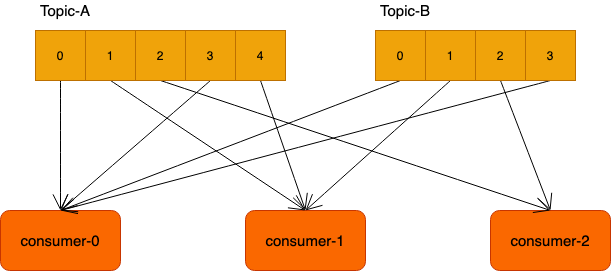
This is com.guann1n9.diagrams/kakfa/RangeAssignor.png from GuanN1ng/diagrams, a draw.io export, as it was before one commit. Source tidied: cells renumbered, new cells last; positions are measured from the earlier drawing's top-left corner, leaving out a move shared by most shapes. The source it was exported from:
```xml
<mxGraphModel>
  <root>
    <mxCell id="0" />
    <mxCell id="1" parent="0" />
    <mxCell id="2" value="&lt;font style=&quot;font-size: 15px&quot;&gt;consumer-0&lt;/font&gt;" style="rounded=1;whiteSpace=wrap;html=1;hachureGap=4;fillColor=#fa6800;strokeColor=#C73500;fontColor=#000000;" parent="1" vertex="1">
      <mxGeometry y="210" width="120" height="60" as="geometry" />
    </mxCell>
    <mxCell id="3" value="&lt;font style=&quot;font-size: 15px&quot;&gt;consumer-1&lt;/font&gt;" style="rounded=1;whiteSpace=wrap;html=1;hachureGap=4;fillColor=#fa6800;strokeColor=#C73500;fontColor=#000000;" parent="1" vertex="1">
      <mxGeometry x="245" y="210" width="120" height="60" as="geometry" />
    </mxCell>
    <mxCell id="4" value="&lt;font style=&quot;font-size: 15px&quot;&gt;consumer-2&lt;/font&gt;" style="rounded=1;whiteSpace=wrap;html=1;hachureGap=4;fillColor=#fa6800;strokeColor=#C73500;fontColor=#000000;" parent="1" vertex="1">
      <mxGeometry x="490" y="210" width="120" height="60" as="geometry" />
    </mxCell>
    <mxCell id="5" style="edgeStyle=none;curved=1;rounded=0;jettySize=auto;html=1;exitX=0.5;exitY=1;exitDx=0;exitDy=0;entryX=0.5;entryY=0;entryDx=0;entryDy=0;endArrow=open;startSize=14;endSize=14;sourcePerimeterSpacing=8;targetPerimeterSpacing=8;" parent="1" edge="1" source="6" target="2">
      <mxGeometry relative="1" as="geometry" />
    </mxCell>
    <mxCell id="6" value="0" style="whiteSpace=wrap;html=1;hachureGap=4;fillColor=#f0a30a;strokeColor=#BD7000;fontColor=#000000;" parent="1" vertex="1">
      <mxGeometry x="35" y="30" width="50" height="50" as="geometry" />
    </mxCell>
    <mxCell id="7" style="edgeStyle=none;curved=1;rounded=0;jettySize=auto;html=1;exitX=0.5;exitY=1;exitDx=0;exitDy=0;entryX=0.5;entryY=0;entryDx=0;entryDy=0;endArrow=open;startSize=14;endSize=14;sourcePerimeterSpacing=8;targetPerimeterSpacing=8;" parent="1" edge="1" source="8" target="3">
      <mxGeometry relative="1" as="geometry" />
    </mxCell>
    <mxCell id="8" value="1" style="whiteSpace=wrap;html=1;hachureGap=4;fillColor=#f0a30a;strokeColor=#BD7000;fontColor=#000000;" parent="1" vertex="1">
      <mxGeometry x="85" y="30" width="50" height="50" as="geometry" />
    </mxCell>
    <mxCell id="9" style="edgeStyle=none;curved=1;rounded=0;jettySize=auto;html=1;exitX=0.5;exitY=1;exitDx=0;exitDy=0;entryX=0.5;entryY=0;entryDx=0;entryDy=0;endArrow=open;startSize=14;endSize=14;sourcePerimeterSpacing=8;targetPerimeterSpacing=8;" parent="1" edge="1" source="10" target="4">
      <mxGeometry relative="1" as="geometry" />
    </mxCell>
    <mxCell id="10" value="2" style="whiteSpace=wrap;html=1;hachureGap=4;fillColor=#f0a30a;strokeColor=#BD7000;fontColor=#000000;" parent="1" vertex="1">
      <mxGeometry x="135" y="30" width="50" height="50" as="geometry" />
    </mxCell>
    <mxCell id="11" style="edgeStyle=none;curved=1;rounded=0;jettySize=auto;html=1;exitX=0.5;exitY=1;exitDx=0;exitDy=0;entryX=0.5;entryY=0;entryDx=0;entryDy=0;endArrow=open;startSize=14;endSize=14;sourcePerimeterSpacing=8;targetPerimeterSpacing=8;" parent="1" edge="1" source="12" target="2">
      <mxGeometry relative="1" as="geometry" />
    </mxCell>
    <mxCell id="12" value="3" style="whiteSpace=wrap;html=1;hachureGap=4;fillColor=#f0a30a;strokeColor=#BD7000;fontColor=#000000;" parent="1" vertex="1">
      <mxGeometry x="185" y="30" width="50" height="50" as="geometry" />
    </mxCell>
    <mxCell id="13" style="edgeStyle=none;curved=1;rounded=0;jettySize=auto;html=1;exitX=0.5;exitY=1;exitDx=0;exitDy=0;entryX=0.5;entryY=0;entryDx=0;entryDy=0;endArrow=open;startSize=14;endSize=14;sourcePerimeterSpacing=8;targetPerimeterSpacing=8;" parent="1" edge="1" source="14" target="3">
      <mxGeometry relative="1" as="geometry" />
    </mxCell>
    <mxCell id="14" value="4" style="whiteSpace=wrap;html=1;hachureGap=4;fillColor=#f0a30a;strokeColor=#BD7000;fontColor=#000000;" parent="1" vertex="1">
      <mxGeometry x="235" y="30" width="50" height="50" as="geometry" />
    </mxCell>
    <mxCell id="15" style="edgeStyle=none;curved=1;rounded=0;jettySize=auto;html=1;exitX=0.5;exitY=1;exitDx=0;exitDy=0;entryX=0.5;entryY=0;entryDx=0;entryDy=0;endArrow=open;startSize=14;endSize=14;sourcePerimeterSpacing=8;targetPerimeterSpacing=8;" parent="1" edge="1" source="16" target="2">
      <mxGeometry relative="1" as="geometry" />
    </mxCell>
    <mxCell id="16" value="0" style="whiteSpace=wrap;html=1;hachureGap=4;fillColor=#f0a30a;strokeColor=#BD7000;fontColor=#000000;" parent="1" vertex="1">
      <mxGeometry x="375" y="30" width="50" height="50" as="geometry" />
    </mxCell>
    <mxCell id="17" style="edgeStyle=none;curved=1;rounded=0;jettySize=auto;html=1;exitX=0.5;exitY=1;exitDx=0;exitDy=0;endArrow=open;startSize=14;endSize=14;sourcePerimeterSpacing=8;targetPerimeterSpacing=8;" parent="1" edge="1" source="18">
      <mxGeometry relative="1" as="geometry">
        <mxPoint x="305" y="210" as="targetPoint" />
      </mxGeometry>
    </mxCell>
    <mxCell id="18" value="1" style="whiteSpace=wrap;html=1;hachureGap=4;fillColor=#f0a30a;strokeColor=#BD7000;fontColor=#000000;" parent="1" vertex="1">
      <mxGeometry x="425" y="30" width="50" height="50" as="geometry" />
    </mxCell>
    <mxCell id="19" style="edgeStyle=none;curved=1;rounded=0;jettySize=auto;html=1;exitX=0.5;exitY=1;exitDx=0;exitDy=0;endArrow=open;startSize=14;endSize=14;sourcePerimeterSpacing=8;targetPerimeterSpacing=8;entryX=0.5;entryY=0;entryDx=0;entryDy=0;" parent="1" edge="1" source="20" target="4">
      <mxGeometry relative="1" as="geometry" />
    </mxCell>
    <mxCell id="20" value="2" style="whiteSpace=wrap;html=1;hachureGap=4;fillColor=#f0a30a;strokeColor=#BD7000;fontColor=#000000;" parent="1" vertex="1">
      <mxGeometry x="475" y="30" width="50" height="50" as="geometry" />
    </mxCell>
    <mxCell id="21" style="edgeStyle=none;curved=1;rounded=0;jettySize=auto;html=1;exitX=0.5;exitY=1;exitDx=0;exitDy=0;entryX=0.5;entryY=0;entryDx=0;entryDy=0;endArrow=open;startSize=14;endSize=14;sourcePerimeterSpacing=8;targetPerimeterSpacing=8;" parent="1" edge="1" source="22" target="2">
      <mxGeometry relative="1" as="geometry" />
    </mxCell>
    <mxCell id="22" value="3" style="whiteSpace=wrap;html=1;hachureGap=4;fillColor=#f0a30a;strokeColor=#BD7000;fontColor=#000000;" parent="1" vertex="1">
      <mxGeometry x="525" y="30" width="50" height="50" as="geometry" />
    </mxCell>
    <mxCell id="23" value="&lt;font style=&quot;font-size: 15px&quot;&gt;Topic-A&lt;/font&gt;" style="text;html=1;strokeColor=none;fillColor=none;align=center;verticalAlign=middle;whiteSpace=wrap;rounded=0;hachureGap=4;" parent="1" vertex="1">
      <mxGeometry x="25" width="80" height="20" as="geometry" />
    </mxCell>
    <mxCell id="24" value="&lt;font style=&quot;font-size: 15px&quot;&gt;Topic-B&lt;/font&gt;" style="text;html=1;strokeColor=none;fillColor=none;align=center;verticalAlign=middle;whiteSpace=wrap;rounded=0;hachureGap=4;" parent="1" vertex="1">
      <mxGeometry x="365" width="80" height="20" as="geometry" />
    </mxCell>
  </root>
</mxGraphModel>
```
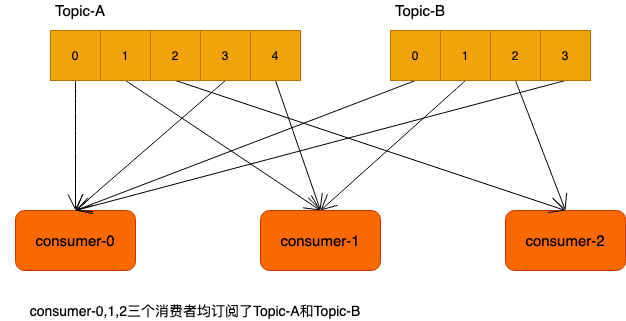
After the change.

Diff of the diagram source:
```diff
@@ -73,5 +73,8 @@
     <mxCell id="24" value="&lt;font style=&quot;font-size: 15px&quot;&gt;Topic-B&lt;/font&gt;" style="text;html=1;strokeColor=none;fillColor=none;align=center;verticalAlign=middle;whiteSpace=wrap;rounded=0;hachureGap=4;" parent="1" vertex="1">
       <mxGeometry x="365" width="80" height="20" as="geometry" />
     </mxCell>
+    <mxCell id="25" value="&lt;font style=&quot;font-size: 14px&quot;&gt;consumer-0,1,2三个消费者均订阅了Topic-A和Topic-B&lt;/font&gt;" style="text;html=1;strokeColor=none;fillColor=none;align=center;verticalAlign=middle;whiteSpace=wrap;rounded=0;hachureGap=4;" parent="1" vertex="1">
+      <mxGeometry x="-15" y="300" width="390" height="20" as="geometry" />
+    </mxCell>
   </root>
 </mxGraphModel>
```
